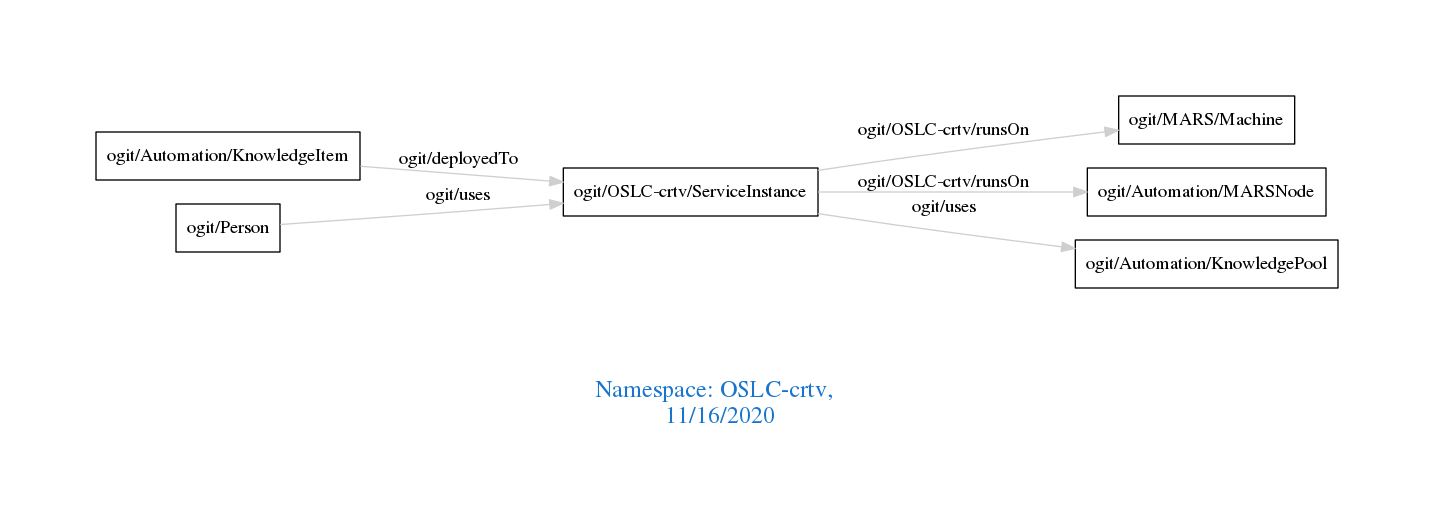
Before: downloads/OSLC-crtv.png, a diagram exported from Graphviz (arago/OGIT). Its source is kept beside it as downloads/OSLC-crtv.dot.
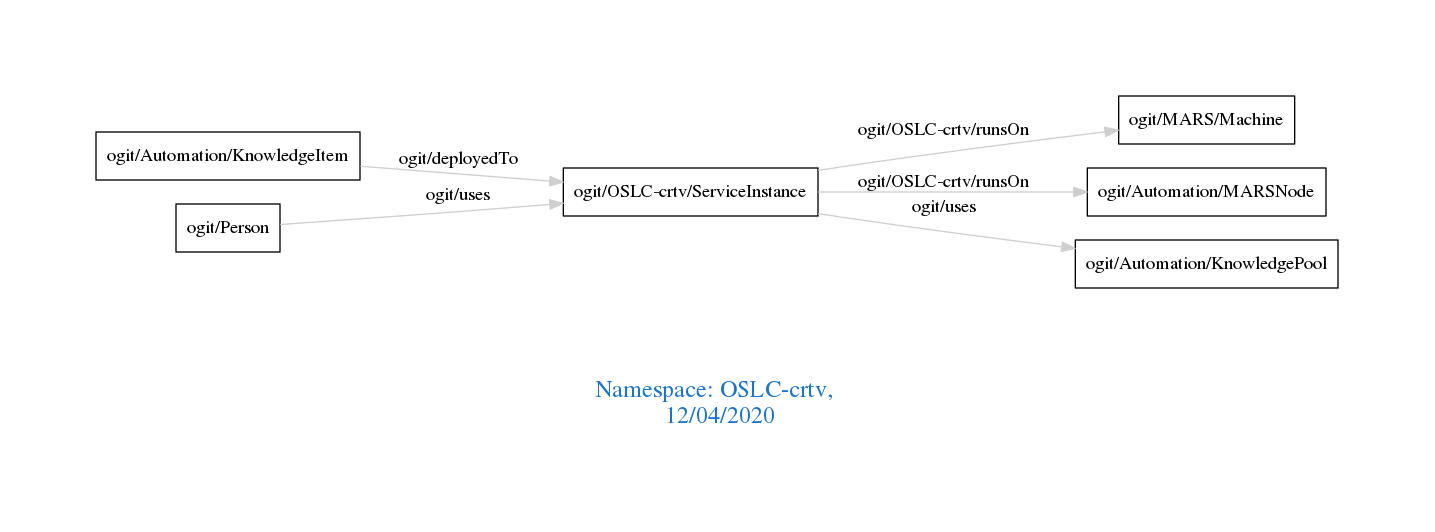
After the change.

Diff of the diagram source:
```diff
@@ -1,7 +1,7 @@
 digraph OGIT_ontology {
  graph [ rankdir= LR,pad=1
 fontsize = 18,
-fontcolor= dodgerblue3,label = "\n\n\nNamespace: OSLC-crtv, \n 11/16/2020"];
+fontcolor= dodgerblue3,label = "\n\n\nNamespace: OSLC-crtv, \n 12/04/2020"];
 node[shape=polygon];
 edge [  color="gray81"];
 
```
